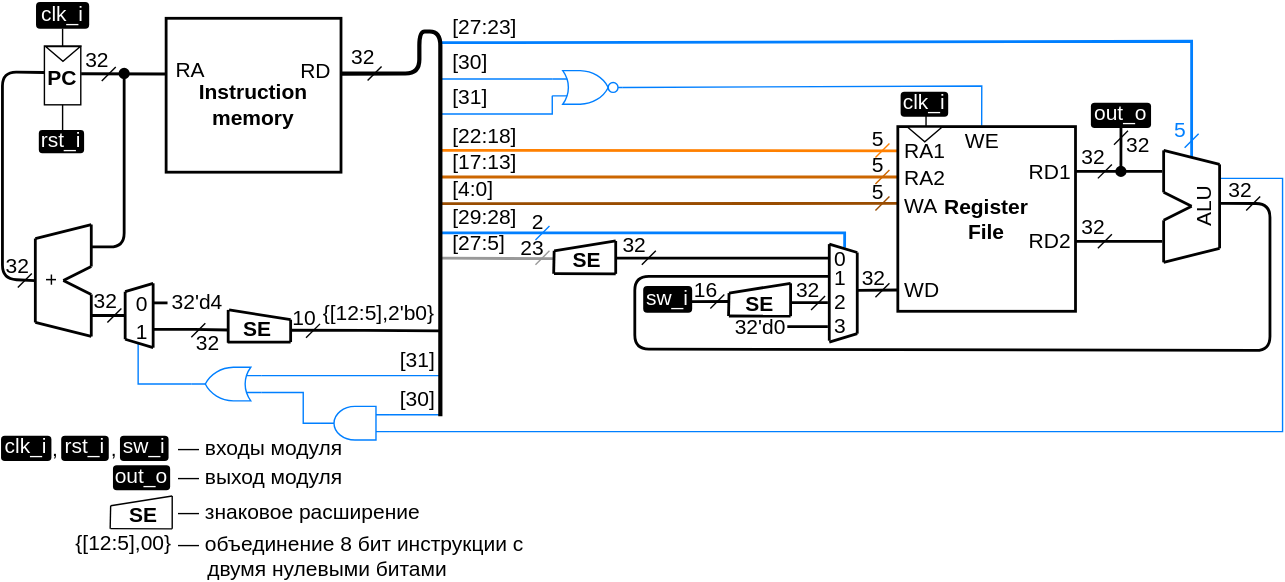
This is .pic/Labs/lab_04_cybercobra/ppd_5.drawio.svg from MPSU/APS, a draw.io export, as it was before one commit. Source tidied: cells renumbered, new cells last; positions are measured from the earlier drawing's top-left corner, leaving out a move shared by most shapes.
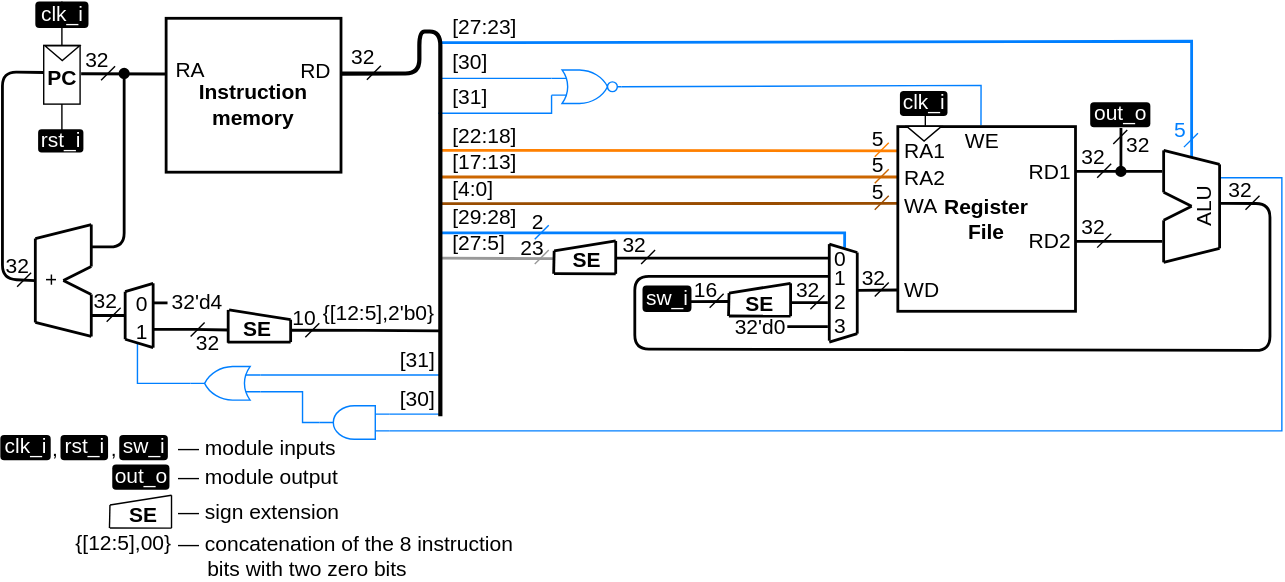
After the commit.

The edit, as a diff of the source:
```diff
@@ -572,13 +572,13 @@
     <mxCell id="117" value="&lt;font style=&quot;font-size: 15px;&quot;&gt;,&lt;/font&gt;" style="text;html=1;strokeColor=none;fillColor=none;align=center;verticalAlign=middle;whiteSpace=wrap;rounded=0;spacing=0;fontSize=15;spacingTop=0;spacingBottom=0;" parent="1" vertex="1">
       <mxGeometry x="75" y="310" width="12" height="18" as="geometry" />
     </mxCell>
-    <mxCell id="118" value="— входы модуля" style="text;html=1;strokeColor=none;fillColor=none;align=left;verticalAlign=middle;whiteSpace=wrap;rounded=0;spacing=0;fontSize=15;" parent="1" vertex="1">
+    <mxCell id="118" value="— module inputs" style="text;html=1;strokeColor=none;fillColor=none;align=left;verticalAlign=middle;whiteSpace=wrap;rounded=0;spacing=0;fontSize=15;" parent="1" vertex="1">
       <mxGeometry x="126.5" y="309" width="126.5" height="18" as="geometry" />
     </mxCell>
     <mxCell id="119" value="&lt;font color=&quot;#ffffff&quot; style=&quot;font-size: 15px;&quot;&gt;out_o&lt;/font&gt;" style="text;html=1;strokeColor=none;fillColor=#000000;align=center;verticalAlign=middle;whiteSpace=wrap;rounded=1;fontSize=15;fontColor=#000000;comic=0;jiggle=0.5;spacingTop=0;spacingBottom=4;" parent="1" vertex="1">
       <mxGeometry x="80" y="331" width="40.9" height="18" as="geometry" />
     </mxCell>
-    <mxCell id="120" value="— выход модуля" style="text;html=1;strokeColor=none;fillColor=none;align=left;verticalAlign=middle;whiteSpace=wrap;rounded=0;spacing=0;fontSize=15;" parent="1" vertex="1">
+    <mxCell id="120" value="— module output" style="text;html=1;strokeColor=none;fillColor=none;align=left;verticalAlign=middle;whiteSpace=wrap;rounded=0;spacing=0;fontSize=15;" parent="1" vertex="1">
       <mxGeometry x="126.5" y="330" width="156.5" height="18" as="geometry" />
     </mxCell>
     <mxCell id="121" style="group;fontSize=15;" parent="1" vertex="1">
@@ -611,13 +611,13 @@
     <mxCell id="126" value="&lt;font style=&quot;font-size: 15px;&quot;&gt;&lt;b style=&quot;font-size: 15px;&quot;&gt;SE&lt;/b&gt;&lt;/font&gt;" style="text;html=1;strokeColor=none;fillColor=none;align=center;verticalAlign=bottom;whiteSpace=wrap;rounded=0;fontSize=15;fontColor=#000000;comic=0;jiggle=0.5;" parent="121" vertex="1">
       <mxGeometry y="1.8" width="48" height="23.5" as="geometry" />
     </mxCell>
-    <mxCell id="127" value="— знаковое расширение" style="text;html=1;strokeColor=none;fillColor=none;align=left;verticalAlign=middle;whiteSpace=wrap;rounded=0;spacing=0;fontSize=15;" parent="1" vertex="1">
+    <mxCell id="127" value="— sign extension" style="text;html=1;strokeColor=none;fillColor=none;align=left;verticalAlign=middle;whiteSpace=wrap;rounded=0;spacing=0;fontSize=15;" parent="1" vertex="1">
       <mxGeometry x="126.5" y="355" width="226.5" height="18" as="geometry" />
     </mxCell>
     <mxCell id="128" value="&lt;font style=&quot;font-size: 15px;&quot;&gt;{[12:5],00}&lt;/font&gt;" style="text;html=1;strokeColor=none;fillColor=none;align=right;verticalAlign=bottom;whiteSpace=wrap;rounded=0;spacing=0;fontSize=15;" parent="1" vertex="1">
       <mxGeometry x="78" y="384" width="44" height="12" as="geometry" />
     </mxCell>
-    <mxCell id="129" value="&lt;div style=&quot;font-size: 15px;&quot;&gt;— объединение 8 бит инструкции с&lt;/div&gt;&lt;div style=&quot;font-size: 15px;&quot;&gt;&amp;nbsp;&amp;nbsp;&amp;nbsp;&amp;nbsp; двумя нулевыми битами&lt;/div&gt;" style="text;html=1;strokeColor=none;fillColor=none;align=left;verticalAlign=middle;whiteSpace=wrap;rounded=0;spacing=0;fontSize=15;" parent="1" vertex="1">
+    <mxCell id="129" value="&lt;div style=&quot;&quot;&gt;—&amp;nbsp;&lt;span style=&quot;background-color: transparent;&quot;&gt;concatenation of the 8 instruction&amp;nbsp; &amp;nbsp; &amp;nbsp; &amp;nbsp; &amp;nbsp;bits with two zero bits&lt;/span&gt;&lt;/div&gt;" style="text;html=1;strokeColor=none;fillColor=none;align=left;verticalAlign=middle;whiteSpace=wrap;rounded=0;spacing=0;fontSize=15;" parent="1" vertex="1">
       <mxGeometry x="126.5" y="387" width="256.5" height="18" as="geometry" />
     </mxCell>
     <mxCell id="130" style="edgeStyle=orthogonalEdgeStyle;rounded=0;orthogonalLoop=1;jettySize=auto;html=1;exitX=0;exitY=0.5;exitDx=0;exitDy=0;endArrow=none;endFill=0;strokeWidth=2;fontSize=15;" parent="1" edge="1">
```
